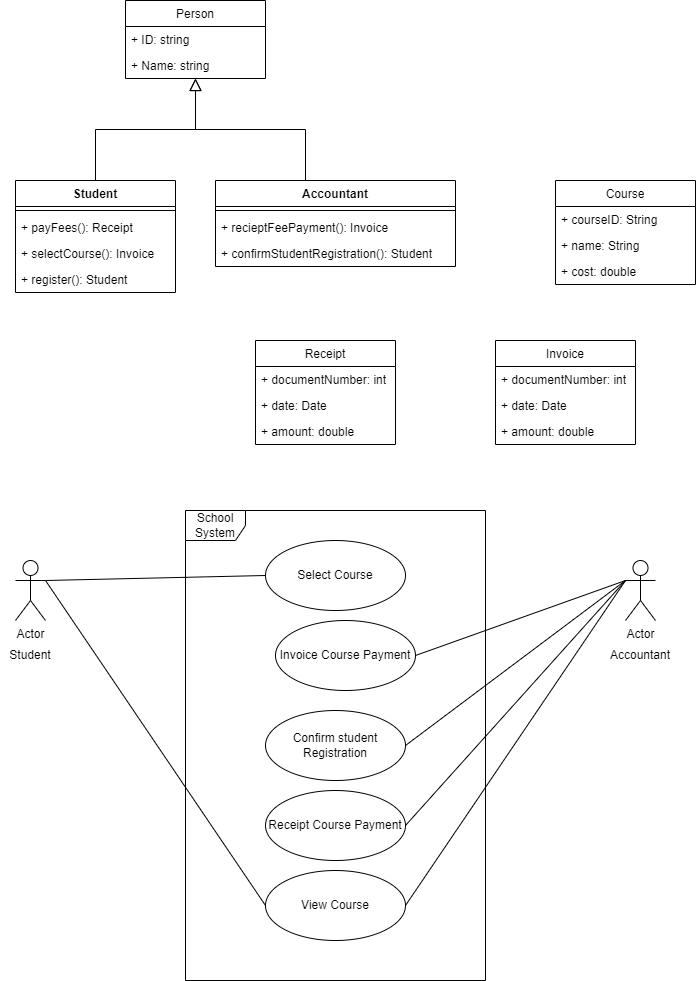
clive-cudi/mighty-recruiter-master keeps this draw.io diagram as mighty-recruiter-master/mighty-recruiter-clone/src/assets/images/CSC210_assign_2.drawio.png. Above is the earlier version. Source tidied: cells renumbered, new cells last; positions are measured from the earlier drawing's top-left corner, leaving out a move shared by most shapes.
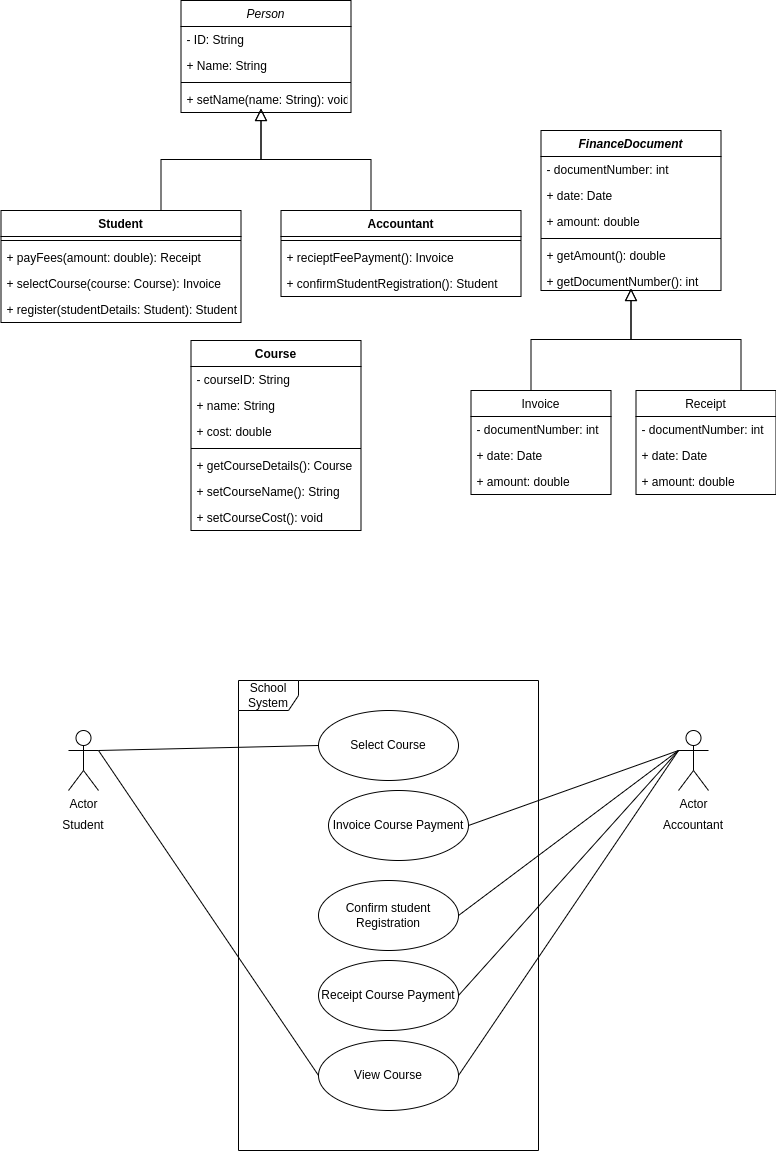
The same file after the commit.

Diff of the diagram source:
```diff
@@ -4,18 +4,18 @@
     <mxCell id="1" parent="0" />
     <mxCell id="2" style="endArrow=block;endSize=10;endFill=0;shadow=0;strokeWidth=1;rounded=0;edgeStyle=elbowEdgeStyle;elbow=vertical;" parent="1" edge="1">
       <mxGeometry relative="1" as="geometry">
-        <mxPoint x="95" y="180" as="sourcePoint" />
-        <mxPoint x="195" y="78" as="targetPoint" />
+        <mxPoint x="107.5" y="40" as="sourcePoint" />
+        <mxPoint x="207.5" y="-62" as="targetPoint" />
       </mxGeometry>
     </mxCell>
     <mxCell id="3" style="endArrow=block;endSize=10;endFill=0;shadow=0;strokeWidth=1;rounded=0;edgeStyle=elbowEdgeStyle;elbow=vertical;" parent="1" edge="1">
       <mxGeometry relative="1" as="geometry">
-        <mxPoint x="305" y="180" as="sourcePoint" />
-        <mxPoint x="195" y="78" as="targetPoint" />
+        <mxPoint x="317.5" y="40" as="sourcePoint" />
+        <mxPoint x="207.5" y="-62" as="targetPoint" />
       </mxGeometry>
     </mxCell>
     <mxCell id="4" value="Accountant" style="swimlane;fontStyle=1;align=center;verticalAlign=top;horizontal=1;startSize=26;" parent="1" vertex="1">
-      <mxGeometry x="215" y="180" width="240" height="86" as="geometry" />
+      <mxGeometry x="227.5" y="40" width="240" height="86" as="geometry" />
     </mxCell>
     <mxCell id="5" style="line;strokeWidth=1;fillColor=none;align=left;verticalAlign=middle;spacingTop=-1;spacingLeft=3;spacingRight=3;labelPosition=right;strokeColor=inherit;" parent="4" vertex="1">
       <mxGeometry y="26" width="240" height="8" as="geometry" />
@@ -26,46 +26,40 @@
     <mxCell id="7" value="+ confirmStudentRegistration(): Student" style="text;strokeColor=none;fillColor=none;align=left;verticalAlign=top;spacingLeft=4;spacingRight=4;overflow=hidden;" parent="4" vertex="1">
       <mxGeometry y="60" width="240" height="26" as="geometry" />
     </mxCell>
-    <mxCell id="8" value="Person" style="swimlane;fontStyle=0;horizontal=1;startSize=26;fillColor=none;" parent="1" vertex="1">
-      <mxGeometry x="125" width="140" height="78" as="geometry" />
+    <mxCell id="8" value="Person" style="swimlane;fontStyle=2;horizontal=1;startSize=26;fillColor=none;" parent="1" vertex="1">
+      <mxGeometry x="127.5" y="-170" width="170" height="112" as="geometry" />
     </mxCell>
-    <mxCell id="9" value="+ ID: string" style="text;strokeColor=none;fillColor=none;align=left;verticalAlign=top;spacingLeft=4;spacingRight=4;overflow=hidden;" parent="8" vertex="1">
-      <mxGeometry y="26" width="140" height="26" as="geometry" />
+    <mxCell id="9" value="- ID: String    " style="text;strokeColor=none;fillColor=none;align=left;verticalAlign=top;spacingLeft=4;spacingRight=4;overflow=hidden;" parent="8" vertex="1">
+      <mxGeometry y="26" width="170" height="26" as="geometry" />
     </mxCell>
-    <mxCell id="10" value="+ Name: string" style="text;strokeColor=none;fillColor=none;align=left;verticalAlign=top;spacingLeft=4;spacingRight=4;overflow=hidden;" parent="8" vertex="1">
-      <mxGeometry y="52" width="140" height="26" as="geometry" />
+    <mxCell id="10" value="+ Name: String" style="text;strokeColor=none;fillColor=none;align=left;verticalAlign=top;spacingLeft=4;spacingRight=4;overflow=hidden;" parent="8" vertex="1">
+      <mxGeometry y="52" width="170" height="26" as="geometry" />
     </mxCell>
+    <mxCell id="44" style="line;strokeWidth=1;fillColor=none;align=left;verticalAlign=middle;spacingTop=-1;spacingLeft=3;spacingRight=3;labelPosition=right;strokeColor=inherit;" parent="8" vertex="1">
+      <mxGeometry y="78" width="170" height="8" as="geometry" />
+    </mxCell>
+    <mxCell id="45" value="+ setName(name: String): void" style="text;strokeColor=none;fillColor=none;align=left;verticalAlign=top;spacingLeft=4;spacingRight=4;overflow=hidden;" parent="8" vertex="1">
+      <mxGeometry y="86" width="170" height="26" as="geometry" />
+    </mxCell>
     <mxCell id="11" value="Student" style="swimlane;fontStyle=1;align=center;verticalAlign=top;horizontal=1;startSize=26;" parent="1" vertex="1">
-      <mxGeometry x="15" y="180" width="160" height="112" as="geometry" />
+      <mxGeometry x="-52.5" y="40" width="240" height="112" as="geometry" />
     </mxCell>
     <mxCell id="12" style="line;strokeWidth=1;fillColor=none;align=left;verticalAlign=middle;spacingTop=-1;spacingLeft=3;spacingRight=3;labelPosition=right;strokeColor=inherit;" parent="11" vertex="1">
-      <mxGeometry y="26" width="160" height="8" as="geometry" />
+      <mxGeometry y="26" width="240" height="8" as="geometry" />
     </mxCell>
-    <mxCell id="13" value="+ payFees(): Receipt" style="text;strokeColor=none;fillColor=none;align=left;verticalAlign=top;spacingLeft=4;spacingRight=4;overflow=hidden;" parent="11" vertex="1">
-      <mxGeometry y="34" width="160" height="26" as="geometry" />
+    <mxCell id="13" value="+ payFees(amount: double): Receipt" style="text;strokeColor=none;fillColor=none;align=left;verticalAlign=top;spacingLeft=4;spacingRight=4;overflow=hidden;" parent="11" vertex="1">
+      <mxGeometry y="34" width="240" height="26" as="geometry" />
     </mxCell>
-    <mxCell id="14" value="+ selectCourse(): Invoice" style="text;strokeColor=none;fillColor=none;align=left;verticalAlign=top;spacingLeft=4;spacingRight=4;overflow=hidden;" parent="11" vertex="1">
-      <mxGeometry y="60" width="160" height="26" as="geometry" />
+    <mxCell id="14" value="+ selectCourse(course: Course): Invoice" style="text;strokeColor=none;fillColor=none;align=left;verticalAlign=top;spacingLeft=4;spacingRight=4;overflow=hidden;" parent="11" vertex="1">
+      <mxGeometry y="60" width="240" height="26" as="geometry" />
     </mxCell>
-    <mxCell id="15" value="+ register(): Student" style="text;strokeColor=none;fillColor=none;align=left;verticalAlign=top;spacingLeft=4;spacingRight=4;overflow=hidden;" parent="11" vertex="1">
-      <mxGeometry y="86" width="160" height="26" as="geometry" />
+    <mxCell id="15" value="+ register(studentDetails: Student): Student" style="text;strokeColor=none;fillColor=none;align=left;verticalAlign=top;spacingLeft=4;spacingRight=4;overflow=hidden;" parent="11" vertex="1">
+      <mxGeometry y="86" width="240" height="26" as="geometry" />
     </mxCell>
-    <mxCell id="16" value="Course" style="swimlane;fontStyle=0;horizontal=1;startSize=26;fillColor=none;" parent="1" vertex="1">
-      <mxGeometry x="555" y="180" width="140" height="104" as="geometry" />
-    </mxCell>
-    <mxCell id="17" value="+ courseID: String" style="text;strokeColor=none;fillColor=none;align=left;verticalAlign=top;spacingLeft=4;spacingRight=4;overflow=hidden;" parent="16" vertex="1">
-      <mxGeometry y="26" width="140" height="26" as="geometry" />
-    </mxCell>
-    <mxCell id="18" value="+ name: String" style="text;strokeColor=none;fillColor=none;align=left;verticalAlign=top;spacingLeft=4;spacingRight=4;overflow=hidden;" parent="16" vertex="1">
-      <mxGeometry y="52" width="140" height="26" as="geometry" />
-    </mxCell>
-    <mxCell id="19" value="+ cost: double" style="text;strokeColor=none;fillColor=none;align=left;verticalAlign=top;spacingLeft=4;spacingRight=4;overflow=hidden;" parent="16" vertex="1">
-      <mxGeometry y="78" width="140" height="26" as="geometry" />
-    </mxCell>
     <mxCell id="20" value="Invoice" style="swimlane;fontStyle=0;horizontal=1;startSize=26;fillColor=none;" parent="1" vertex="1">
-      <mxGeometry x="495" y="340" width="140" height="104" as="geometry" />
+      <mxGeometry x="417.5" y="220" width="140" height="104" as="geometry" />
     </mxCell>
-    <mxCell id="21" value="+ documentNumber: int" style="text;strokeColor=none;fillColor=none;align=left;verticalAlign=top;spacingLeft=4;spacingRight=4;overflow=hidden;" parent="20" vertex="1">
+    <mxCell id="21" value="- documentNumber: int" style="text;strokeColor=none;fillColor=none;align=left;verticalAlign=top;spacingLeft=4;spacingRight=4;overflow=hidden;" parent="20" vertex="1">
       <mxGeometry y="26" width="140" height="26" as="geometry" />
     </mxCell>
     <mxCell id="22" value="+ date: Date" style="text;strokeColor=none;fillColor=none;align=left;verticalAlign=top;spacingLeft=4;spacingRight=4;overflow=hidden;" parent="20" vertex="1">
@@ -75,9 +69,9 @@
       <mxGeometry y="78" width="140" height="26" as="geometry" />
     </mxCell>
     <mxCell id="24" value="Receipt" style="swimlane;fontStyle=0;horizontal=1;startSize=26;fillColor=none;" parent="1" vertex="1">
-      <mxGeometry x="255" y="340" width="140" height="104" as="geometry" />
+      <mxGeometry x="582.5" y="220" width="140" height="104" as="geometry" />
     </mxCell>
-    <mxCell id="25" value="+ documentNumber: int" style="text;strokeColor=none;fillColor=none;align=left;verticalAlign=top;spacingLeft=4;spacingRight=4;overflow=hidden;" parent="24" vertex="1">
+    <mxCell id="25" value="- documentNumber: int" style="text;strokeColor=none;fillColor=none;align=left;verticalAlign=top;spacingLeft=4;spacingRight=4;overflow=hidden;" parent="24" vertex="1">
       <mxGeometry y="26" width="140" height="26" as="geometry" />
     </mxCell>
     <mxCell id="26" value="+ date: Date" style="text;strokeColor=none;fillColor=none;align=left;verticalAlign=top;spacingLeft=4;spacingRight=4;overflow=hidden;" parent="24" vertex="1">
@@ -134,5 +128,62 @@
     <mxCell id="43" value="View Course" style="ellipse;whiteSpace=wrap;html=1;" parent="1" vertex="1">
       <mxGeometry x="265" y="870" width="140" height="70" as="geometry" />
     </mxCell>
+    <mxCell id="16" value="Course" style="swimlane;fontStyle=1;align=center;verticalAlign=top;horizontal=1;startSize=26;" parent="1" vertex="1">
+      <mxGeometry x="137.5" y="170" width="170" height="190" as="geometry" />
+    </mxCell>
+    <mxCell id="46" value="- courseID: String" style="text;strokeColor=none;fillColor=none;align=left;verticalAlign=top;spacingLeft=4;spacingRight=4;overflow=hidden;" parent="16" vertex="1">
+      <mxGeometry y="26" width="170" height="26" as="geometry" />
+    </mxCell>
+    <mxCell id="18" value="+ name: String" style="text;strokeColor=none;fillColor=none;align=left;verticalAlign=top;spacingLeft=4;spacingRight=4;overflow=hidden;" parent="16" vertex="1">
+      <mxGeometry y="52" width="170" height="26" as="geometry" />
+    </mxCell>
+    <mxCell id="19" value="+ cost: double" style="text;strokeColor=none;fillColor=none;align=left;verticalAlign=top;spacingLeft=4;spacingRight=4;overflow=hidden;" parent="16" vertex="1">
+      <mxGeometry y="78" width="170" height="26" as="geometry" />
+    </mxCell>
+    <mxCell id="47" style="line;strokeWidth=1;fillColor=none;align=left;verticalAlign=middle;spacingTop=-1;spacingLeft=3;spacingRight=3;labelPosition=right;strokeColor=inherit;" parent="16" vertex="1">
+      <mxGeometry y="104" width="170" height="8" as="geometry" />
+    </mxCell>
+    <mxCell id="48" value="+ getCourseDetails(): Course" style="text;strokeColor=none;fillColor=none;align=left;verticalAlign=top;spacingLeft=4;spacingRight=4;overflow=hidden;" parent="16" vertex="1">
+      <mxGeometry y="112" width="170" height="26" as="geometry" />
+    </mxCell>
+    <mxCell id="49" value="+ setCourseName(): String" style="text;strokeColor=none;fillColor=none;align=left;verticalAlign=top;spacingLeft=4;spacingRight=4;overflow=hidden;" parent="16" vertex="1">
+      <mxGeometry y="138" width="170" height="26" as="geometry" />
+    </mxCell>
+    <mxCell id="50" value="+ setCourseCost(): void" style="text;strokeColor=none;fillColor=none;align=left;verticalAlign=top;spacingLeft=4;spacingRight=4;overflow=hidden;" parent="16" vertex="1">
+      <mxGeometry y="164" width="170" height="26" as="geometry" />
+    </mxCell>
+    <mxCell id="51" value="FinanceDocument" style="swimlane;fontStyle=3;align=center;verticalAlign=top;horizontal=1;startSize=26;" parent="1" vertex="1">
+      <mxGeometry x="487.5" y="-40" width="180" height="160" as="geometry" />
+    </mxCell>
+    <mxCell id="52" value="- documentNumber: int" style="text;strokeColor=none;fillColor=none;align=left;verticalAlign=top;spacingLeft=4;spacingRight=4;overflow=hidden;" parent="51" vertex="1">
+      <mxGeometry y="26" width="180" height="26" as="geometry" />
+    </mxCell>
+    <mxCell id="53" value="+ date: Date" style="text;strokeColor=none;fillColor=none;align=left;verticalAlign=top;spacingLeft=4;spacingRight=4;overflow=hidden;" parent="51" vertex="1">
+      <mxGeometry y="52" width="180" height="26" as="geometry" />
+    </mxCell>
+    <mxCell id="54" value="+ amount: double" style="text;strokeColor=none;fillColor=none;align=left;verticalAlign=top;spacingLeft=4;spacingRight=4;overflow=hidden;" parent="51" vertex="1">
+      <mxGeometry y="78" width="180" height="26" as="geometry" />
+    </mxCell>
+    <mxCell id="55" style="line;strokeWidth=1;fillColor=none;align=left;verticalAlign=middle;spacingTop=-1;spacingLeft=3;spacingRight=3;labelPosition=right;strokeColor=inherit;" parent="51" vertex="1">
+      <mxGeometry y="104" width="180" height="8" as="geometry" />
+    </mxCell>
+    <mxCell id="56" value="+ getAmount(): double" style="text;strokeColor=none;fillColor=none;align=left;verticalAlign=top;spacingLeft=4;spacingRight=4;overflow=hidden;" parent="51" vertex="1">
+      <mxGeometry y="112" width="180" height="26" as="geometry" />
+    </mxCell>
+    <mxCell id="57" value="+ getDocumentNumber(): int" style="text;strokeColor=none;fillColor=none;align=left;verticalAlign=top;spacingLeft=4;spacingRight=4;overflow=hidden;" parent="51" vertex="1">
+      <mxGeometry y="138" width="180" height="22" as="geometry" />
+    </mxCell>
+    <mxCell id="58" style="endArrow=block;endSize=10;endFill=0;shadow=0;strokeWidth=1;rounded=0;edgeStyle=elbowEdgeStyle;elbow=vertical;" parent="1" edge="1">
+      <mxGeometry relative="1" as="geometry">
+        <mxPoint x="477.5" y="220" as="sourcePoint" />
+        <mxPoint x="577.5" y="118" as="targetPoint" />
+      </mxGeometry>
+    </mxCell>
+    <mxCell id="59" style="endArrow=block;endSize=10;endFill=0;shadow=0;strokeWidth=1;rounded=0;edgeStyle=elbowEdgeStyle;elbow=vertical;" parent="1" edge="1">
+      <mxGeometry relative="1" as="geometry">
+        <mxPoint x="687.5" y="220" as="sourcePoint" />
+        <mxPoint x="577.5" y="118" as="targetPoint" />
+      </mxGeometry>
+    </mxCell>
   </root>
 </mxGraphModel>
```
